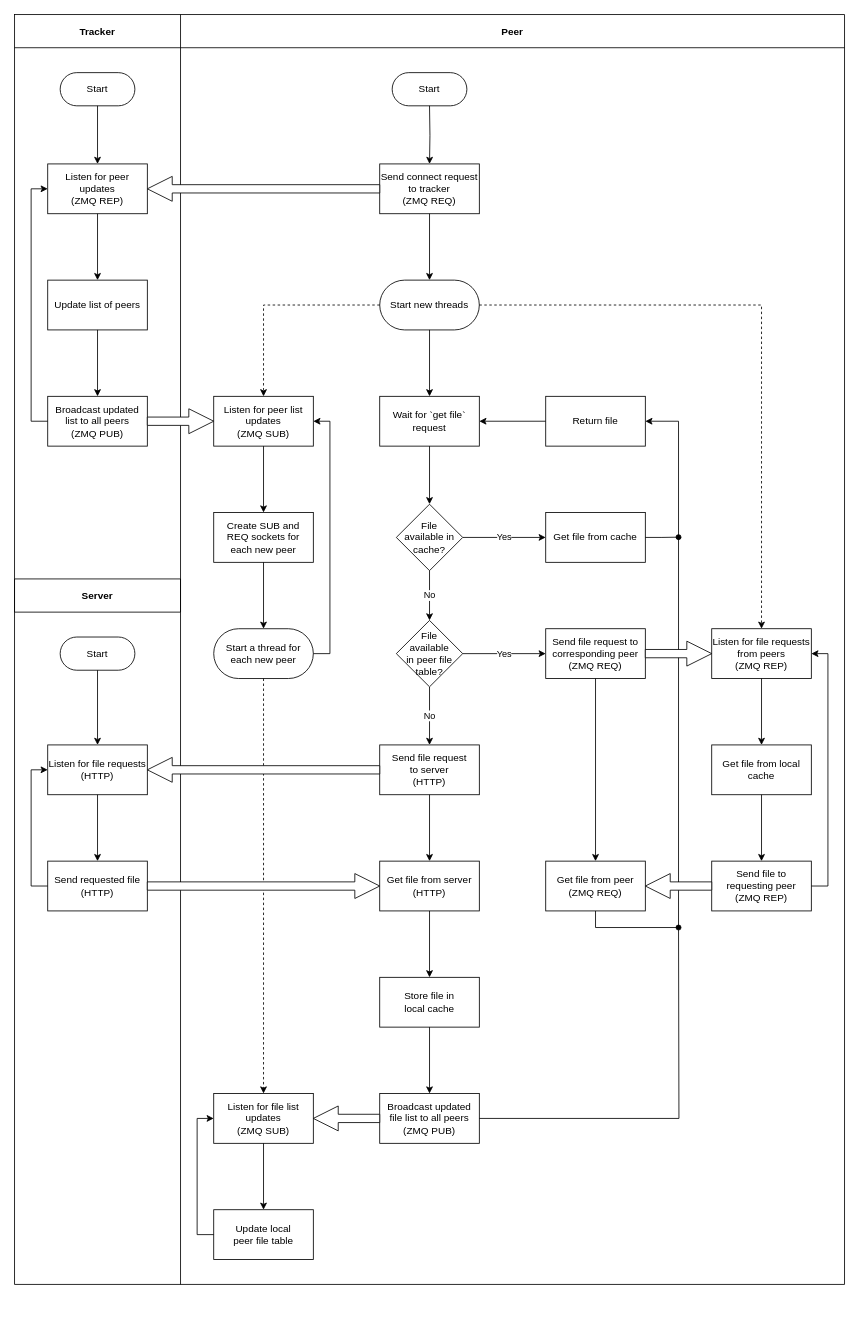
Above: Flowchart.drawio in nan-af/sproj (draw.io), before the change. Source tidied: cells renumbered, new cells numbered last; positions are measured from the earlier drawing's top-left corner, leaving out a move shared by most shapes. Both pictures are drawn from the tidied source at 83%, with x=0, y=0 at pixel (14, 14).
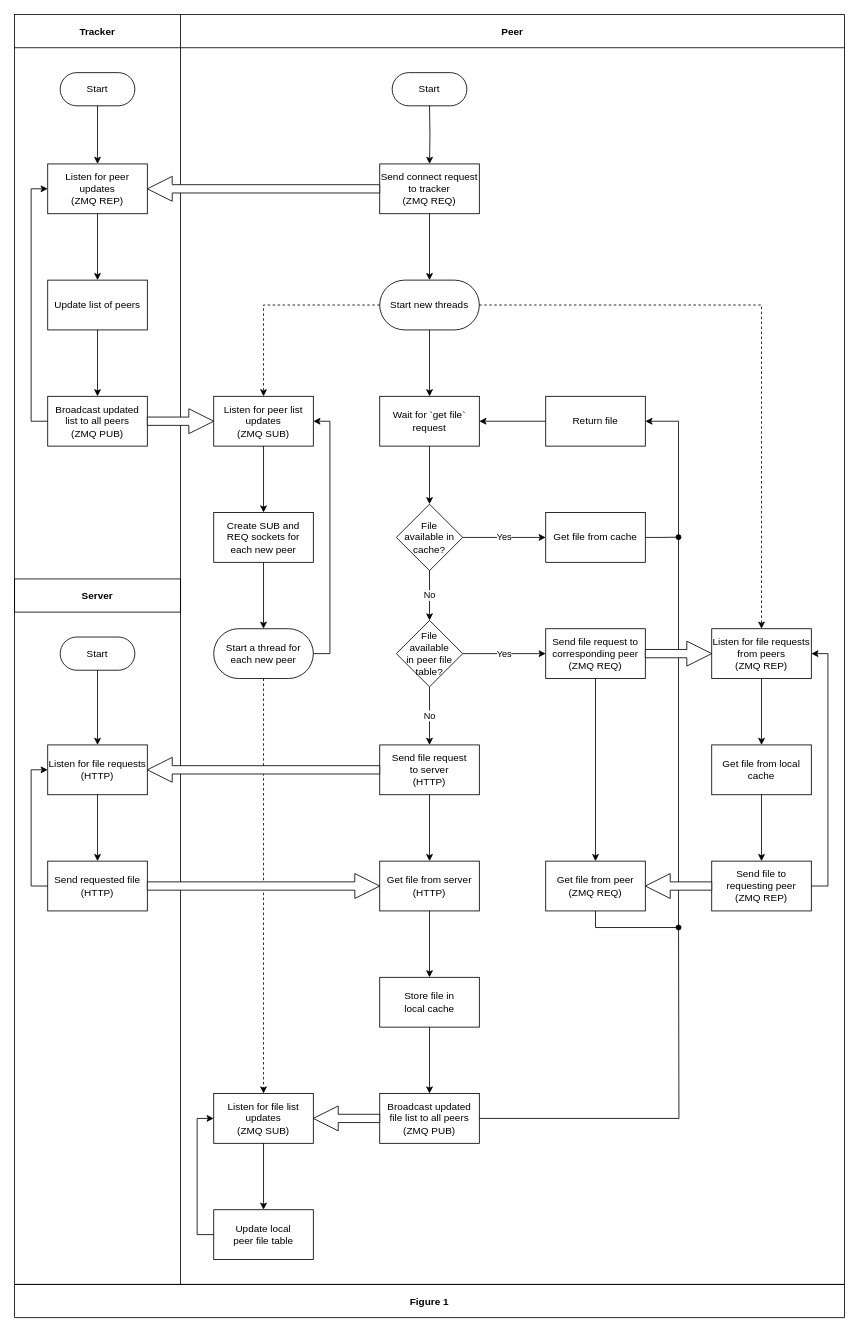
The same page after the edit.

The edit, as a diff of the source:
```diff
@@
+    <mxCell id="80" value="Figure 1" style="shape=table;startSize=40;childLayout=tableLayout;rowLines=0;fontStyle=1;align=center;rounded=0;strokeColor=default;strokeWidth=1;fillColor=none;perimeterSpacing=1;" parent="1" vertex="1">
+      <mxGeometry y="1530" width="1000" height="40" as="geometry" />
+    </mxCell>
```
